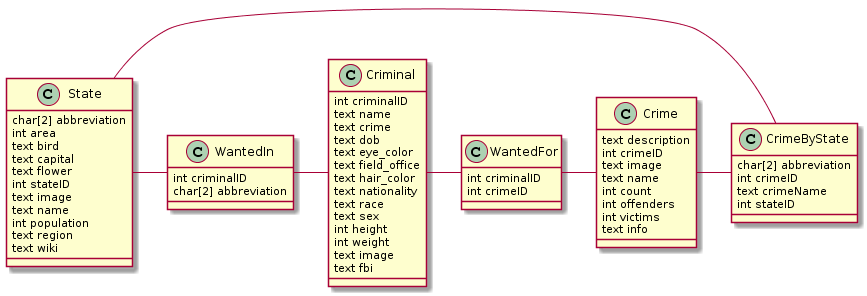
Above: backend/fbiuml.png in roshan-dongre/idb (PlantUML), before the change.
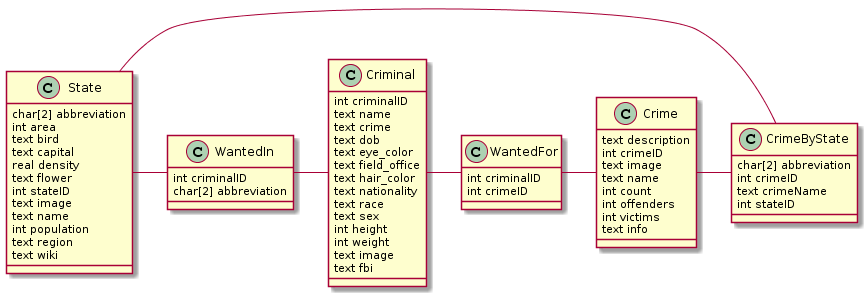
The same diagram one commit later.

Commit message:
Added density field to UML

The edit, as a diff of the source:
```diff
@@ -11,6 +11,7 @@
   int area
   text bird
   text capital
+  real density
   text flower
   int stateID
   text image
```
